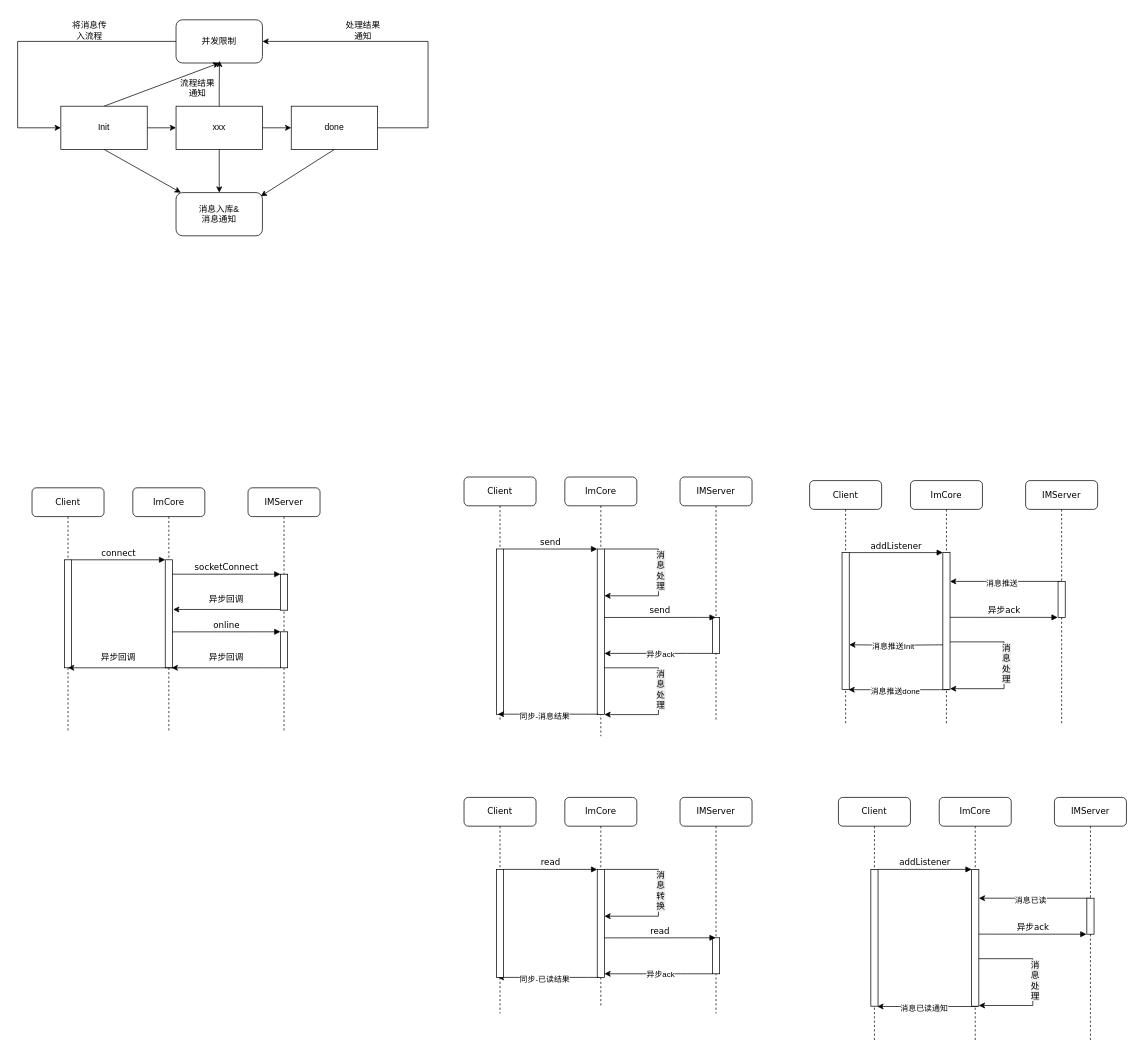
Earlier version of the draw.io diagram draw/塔影/IM剥离.drawio (Jonty1997/personal_sources). Source tidied: cells renumbered, new cells numbered last; positions are measured from the earlier drawing's top-left corner, leaving out a move shared by most shapes. Both pictures are drawn from the tidied source at 72%, with x=0, y=0 at pixel (17, 19).
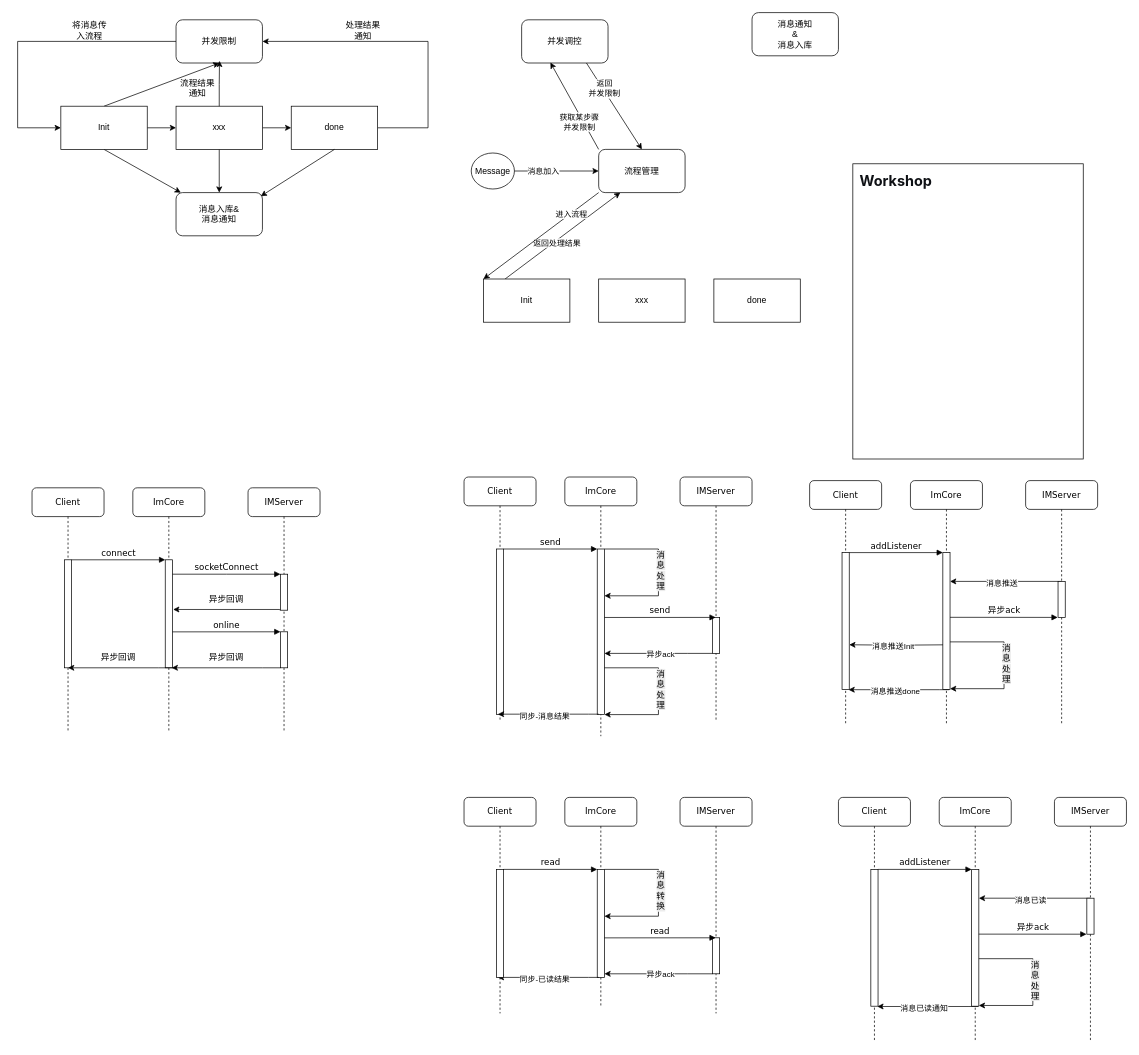
The same page after the edit.

The edit, as a diff of the source:
```diff
@@
+    <mxCell id="95" style="rounded=0;whiteSpace=wrap;html=1;fillColor=#FFFFFF;strokeColor=#FFFFFF;" parent="1" vertex="1">
+      <mxGeometry x="557" y="340" width="570" height="120" as="geometry" />
+    </mxCell>
@@
+    <mxCell id="96" style="rounded=0;jettySize=auto;html=1;exitX=0.25;exitY=0;exitDx=0;exitDy=0;entryX=0.25;entryY=1;entryDx=0;entryDy=0;" parent="1" edge="1" source="110" target="100">
+      <mxGeometry relative="1" as="geometry" />
+    </mxCell>
+    <mxCell id="97" value="返回处理结果" style="edgeLabel;html=1;align=center;verticalAlign=middle;" parent="96" vertex="1">
+      <mxGeometry x="-0.07" y="-2" relative="1" as="geometry">
+        <mxPoint x="-4" y="4" as="offset" />
+      </mxGeometry>
+    </mxCell>
+    <mxCell id="98" style="rounded=0;jettySize=auto;html=1;exitX=0;exitY=1;exitDx=0;exitDy=0;entryX=0;entryY=0;entryDx=0;entryDy=0;" parent="1" edge="1" source="100" target="110">
+      <mxGeometry relative="1" as="geometry" />
+    </mxCell>
+    <mxCell id="99" value="进入流程" style="edgeLabel;html=1;align=center;verticalAlign=middle;" parent="98" vertex="1">
+      <mxGeometry x="0.01" relative="1" as="geometry">
+        <mxPoint x="42" y="-31" as="offset" />
+      </mxGeometry>
+    </mxCell>
+    <mxCell id="100" value="流程管理" style="rounded=1;whiteSpace=wrap;html=1;" parent="1" vertex="1">
+      <mxGeometry x="807" y="180" width="120" height="60" as="geometry" />
+    </mxCell>
+    <mxCell id="101" style="rounded=0;jettySize=auto;html=1;exitX=0.75;exitY=1;exitDx=0;exitDy=0;entryX=0.5;entryY=0;entryDx=0;entryDy=0;" parent="1" edge="1" source="103" target="100">
+      <mxGeometry relative="1" as="geometry" />
+    </mxCell>
+    <mxCell id="102" value="返回&lt;div&gt;并发限制&lt;/div&gt;" style="edgeLabel;html=1;align=center;verticalAlign=middle;" parent="101" vertex="1">
+      <mxGeometry x="-0.41" y="2" relative="1" as="geometry">
+        <mxPoint y="1" as="offset" />
+      </mxGeometry>
+    </mxCell>
+    <mxCell id="103" value="并发调控" style="rounded=1;whiteSpace=wrap;html=1;" parent="1" vertex="1">
+      <mxGeometry x="700" width="120" height="60" as="geometry" />
+    </mxCell>
+    <mxCell id="104" value="消息通知&lt;div&gt;&amp;amp;&lt;div&gt;消息入库&lt;/div&gt;&lt;/div&gt;" style="rounded=1;whiteSpace=wrap;html=1;" parent="1" vertex="1">
+      <mxGeometry x="1020" y="-10" width="120" height="60" as="geometry" />
+    </mxCell>
+    <mxCell id="105" style="edgeStyle=orthogonalEdgeStyle;rounded=0;jettySize=auto;html=1;entryX=0;entryY=0.5;entryDx=0;entryDy=0;" parent="1" edge="1" source="107" target="100">
+      <mxGeometry relative="1" as="geometry" />
+    </mxCell>
+    <mxCell id="106" value="消息加入" style="edgeLabel;html=1;align=center;verticalAlign=middle;" parent="105" vertex="1">
+      <mxGeometry x="-0.33" relative="1" as="geometry" />
+    </mxCell>
+    <mxCell id="107" value="Message" style="ellipse;whiteSpace=wrap;html=1;" parent="1" vertex="1">
+      <mxGeometry x="630" y="185" width="60" height="50" as="geometry" />
+    </mxCell>
+    <mxCell id="108" style="rounded=0;jettySize=auto;html=1;exitX=0;exitY=0;exitDx=0;exitDy=0;entryX=0.333;entryY=0.989;entryDx=0;entryDy=0;entryPerimeter=0;" parent="1" edge="1" source="100" target="103">
+      <mxGeometry relative="1" as="geometry" />
+    </mxCell>
+    <mxCell id="109" value="获取某步骤&lt;div&gt;并发限制&lt;/div&gt;" style="edgeLabel;html=1;align=center;verticalAlign=middle;" parent="108" vertex="1">
+      <mxGeometry x="0.21" y="2" relative="1" as="geometry">
+        <mxPoint x="15" y="34" as="offset" />
+      </mxGeometry>
+    </mxCell>
+    <mxCell id="110" value="Init" style="rounded=0;whiteSpace=wrap;html=1;" parent="1" vertex="1">
+      <mxGeometry x="647" y="360" width="120" height="60" as="geometry" />
+    </mxCell>
+    <mxCell id="111" value="xxx" style="rounded=0;whiteSpace=wrap;html=1;" parent="1" vertex="1">
+      <mxGeometry x="807" y="360" width="120" height="60" as="geometry" />
+    </mxCell>
+    <mxCell id="112" value="done" style="rounded=0;whiteSpace=wrap;html=1;" parent="1" vertex="1">
+      <mxGeometry x="967" y="360" width="120" height="60" as="geometry" />
+    </mxCell>
+    <mxCell id="113" style="rounded=0;whiteSpace=wrap;html=1;" parent="1" vertex="1">
+      <mxGeometry x="1160" y="200" width="320" height="410" as="geometry" />
+    </mxCell>
+    <mxCell id="114" value="&lt;h3 style=&quot;font-variant-numeric: normal; font-variant-east-asian: normal; font-variant-alternates: normal; font-size-adjust: none; font-kerning: auto; font-optical-sizing: auto; font-feature-settings: normal; font-variation-settings: normal; font-variant-position: normal; font-variant-emoji: normal; font-stretch: normal; font-size: 20px; line-height: 30px; font-family: quote-cjk-patch, Inter, system-ui, -apple-system, BlinkMacSystemFont, &amp;quot;Segoe UI&amp;quot;, Roboto, Oxygen, Ubuntu, Cantarell, &amp;quot;Open Sans&amp;quot;, &amp;quot;Helvetica Neue&amp;quot;, sans-serif; margin: 32px 0px 16px; color: rgb(15, 17, 21); text-align: start; background-color: rgb(255, 255, 255);&quot;&gt;Workshop&lt;/h3&gt;" style="text;html=1;whiteSpace=wrap;strokeColor=none;fillColor=none;align=center;verticalAlign=middle;rounded=0;" parent="1" vertex="1">
+      <mxGeometry x="1190" y="200" width="60" height="30" as="geometry" />
+    </mxCell>
```
